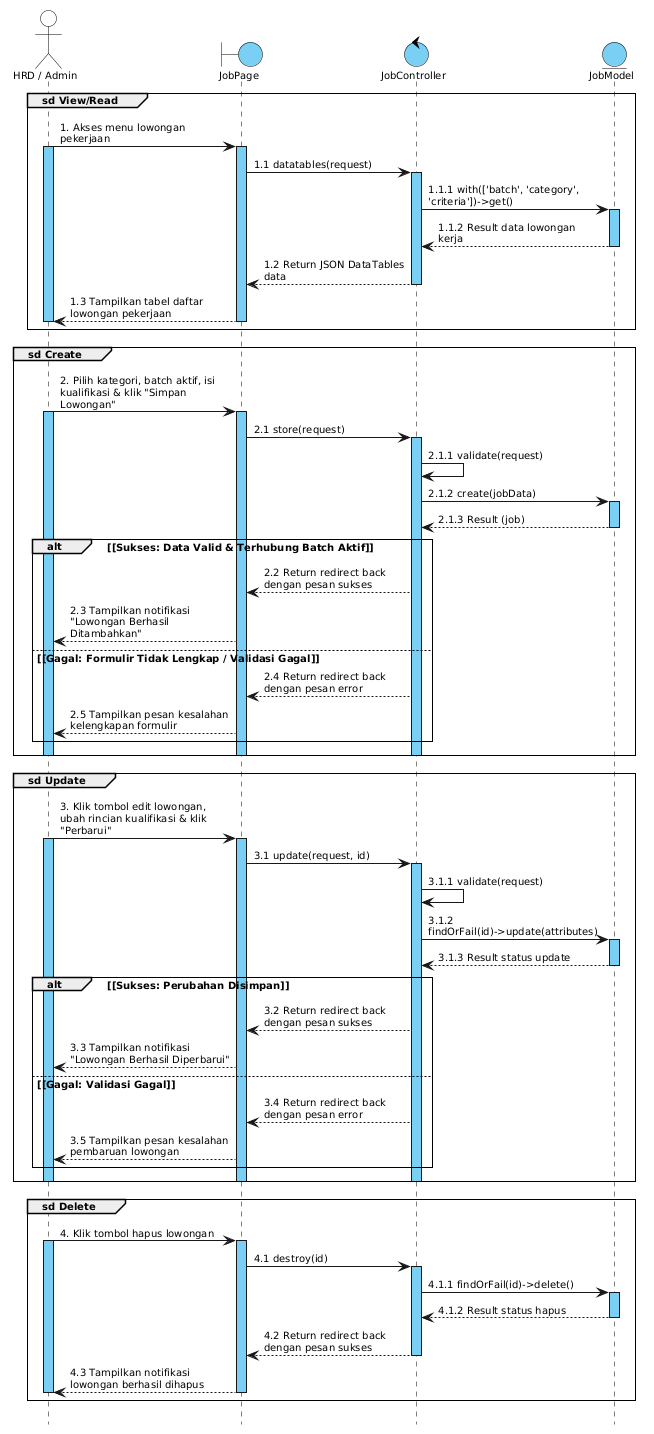
Before: public/assets/diagrams/VP/Sequence/UC-10_Kelola_Lowongan_Sequence.png, a diagram exported from PlantUML (Madtive-Studio/klinik_keluarga_career). Source of this version:
```plantuml
@startuml
skinparam defaultFontName Arial
skinparam defaultFontSize 10
skinparam shadowing false
skinparam sequenceArrowThickness 1
skinparam sequenceParticipantBorderThickness 1
skinparam sequenceLifeLineBorderColor #000000
skinparam sequenceLifeLineBorderThickness 1
skinparam sequenceLifeLineBackgroundColor #7ACFF5
skinparam sequenceGroupBorderThickness 1
skinparam sequenceGroupFontSize 10
skinparam sequenceGroupHeaderFontColor #000000
skinparam sequenceGroupFontColor #000000
skinparam sequenceMessageAlign left
skinparam responseMessageBelowArrow true
skinparam maxMessageSize 160
skinparam pageMargin 10
hide footbox

skinparam participant {
  BackgroundColor #7ACFF5
  BorderColor #000000
  FontSize 10
}

skinparam actor {
  BackgroundColor #FFFFFF
  BorderColor #000000
  FontSize 10
}

skinparam boundary {
  BackgroundColor #7ACFF5
  BorderColor #000000
  FontSize 10
}

skinparam control {
  BackgroundColor #7ACFF5
  BorderColor #000000
  FontSize 10
}

skinparam entity {
  BackgroundColor #7ACFF5
  BorderColor #000000
  FontSize 10
}

actor "HRD / Admin" as HRD
boundary "JobPage" as Page
control "JobController" as Controller
entity "JobModel" as Model

group sd View/Read
  HRD -> Page : 1. Akses menu lowongan pekerjaan
  activate HRD
  activate Page
  Page -> Controller : 1.1 datatables(request)
  activate Controller
  Controller -> Model : 1.1.1 with(['batch', 'category', 'criteria'])->get()
  activate Model
  Model --> Controller : 1.1.2 Result data lowongan kerja
  deactivate Model
  Controller --> Page : 1.2 Return JSON DataTables data
  deactivate Controller
  Page --> HRD : 1.3 Tampilkan tabel daftar lowongan pekerjaan
  deactivate Page
  deactivate HRD
end

group sd Create
  HRD -> Page : 2. Pilih kategori, batch aktif, isi kualifikasi & klik "Simpan Lowongan"
  activate HRD
  activate Page
  Page -> Controller : 2.1 store(request)
  activate Controller
  Controller -> Controller : 2.1.1 validate(request)
  Controller -> Model : 2.1.2 create(jobData)
  activate Model
  Model --> Controller : 2.1.3 Result (job)
  deactivate Model

  alt <font color=black>[Sukses: Data Valid & Terhubung Batch Aktif]</font>
    Controller --> Page : 2.2 Return redirect back dengan pesan sukses
    Page --> HRD : 2.3 Tampilkan notifikasi "Lowongan Berhasil Ditambahkan"
  else <font color=black>[Gagal: Formulir Tidak Lengkap / Validasi Gagal]</font>
    Controller --> Page : 2.4 Return redirect back dengan pesan error
    Page --> HRD : 2.5 Tampilkan pesan kesalahan kelengkapan formulir
  end
  deactivate Controller
  deactivate Page
  deactivate HRD
end

group sd Update
  HRD -> Page : 3. Klik tombol edit lowongan, ubah rincian kualifikasi & klik "Perbarui"
  activate HRD
  activate Page
  Page -> Controller : 3.1 update(request, id)
  activate Controller
  Controller -> Controller : 3.1.1 validate(request)
  Controller -> Model : 3.1.2 findOrFail(id)->update(attributes)
  activate Model
  Model --> Controller : 3.1.3 Result status update
  deactivate Model

  alt <font color=black>[Sukses: Perubahan Disimpan]</font>
    Controller --> Page : 3.2 Return redirect back dengan pesan sukses
    Page --> HRD : 3.3 Tampilkan notifikasi "Lowongan Berhasil Diperbarui"
  else <font color=black>[Gagal: Validasi Gagal]</font>
    Controller --> Page : 3.4 Return redirect back dengan pesan error
    Page --> HRD : 3.5 Tampilkan pesan kesalahan pembaruan lowongan
  end
  deactivate Controller
  deactivate Page
  deactivate HRD
end

group sd Delete
  HRD -> Page : 4. Klik tombol hapus lowongan
  activate HRD
  activate Page
  Page -> Controller : 4.1 destroy(id)
  activate Controller
  Controller -> Model : 4.1.1 findOrFail(id)->delete()
  activate Model
  Model --> Controller : 4.1.2 Result status hapus
  deactivate Model
  Controller --> Page : 4.2 Return redirect back dengan pesan sukses
  deactivate Controller
  Page --> HRD : 4.3 Tampilkan notifikasi lowongan berhasil dihapus
  deactivate Page
  deactivate HRD
end
@enduml
```
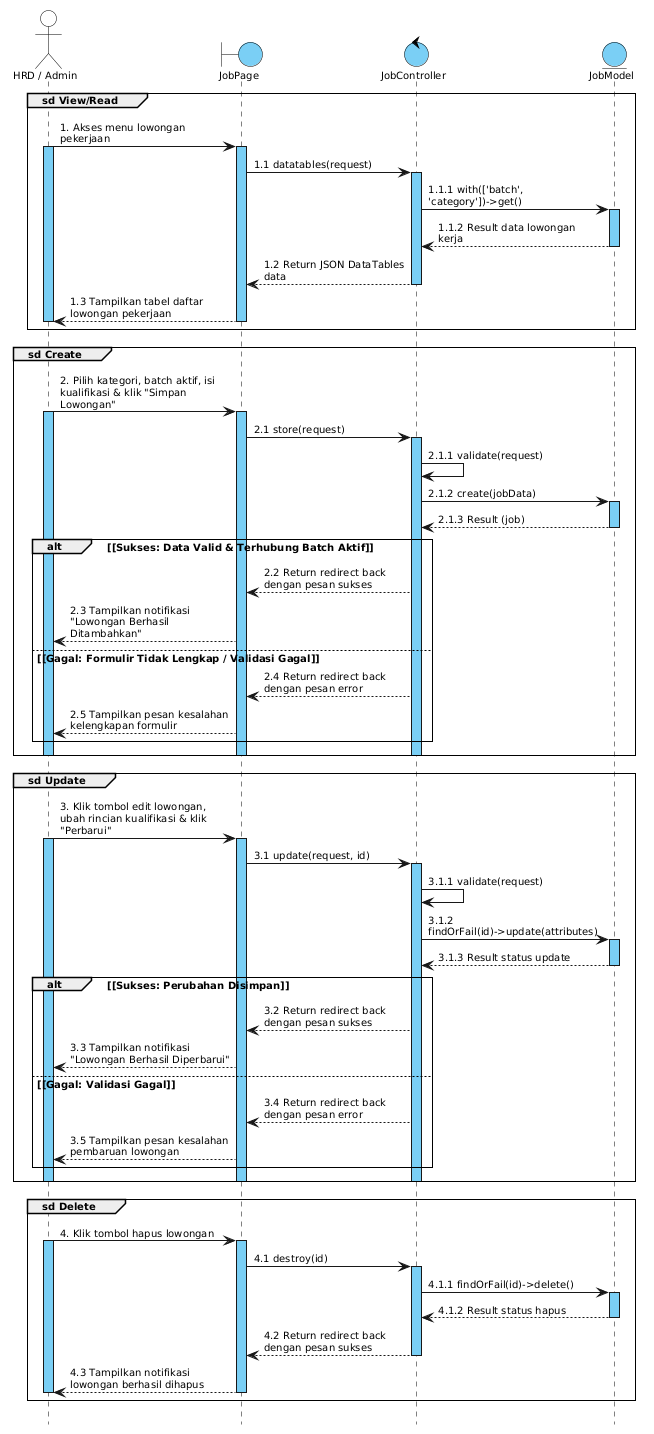
The same diagram one commit later.

Commit message:
docs: re-render class and sequence diagram PNG images

The edit, as a diff of the source:
```diff
@@ -58,7 +58,7 @@
   activate Page
   Page -> Controller : 1.1 datatables(request)
   activate Controller
-  Controller -> Model : 1.1.1 with(['batch', 'category', 'criteria'])->get()
+  Controller -> Model : 1.1.1 with(['batch', 'category'])->get()
   activate Model
   Model --> Controller : 1.1.2 Result data lowongan kerja
   deactivate Model
```
